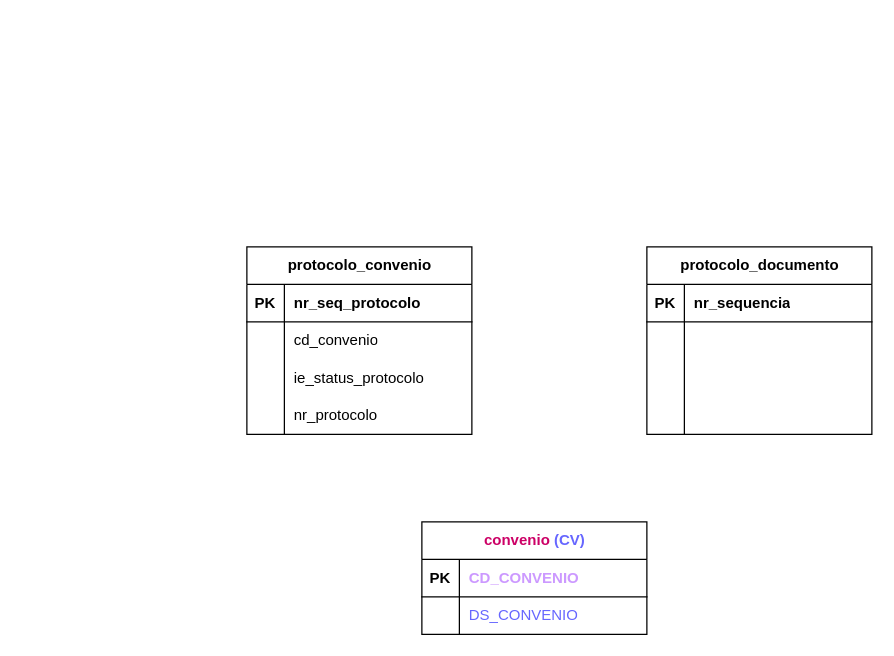
Before: Exercício15.drawio in PatriciaGavloski/diagramas.sql, a draw.io diagram. Source tidied: cells renumbered, new cells numbered last; positions are measured from the earlier drawing's top-left corner, leaving out a move shared by most shapes. Both pictures are drawn from the tidied source at 125%, with x=0, y=0 at pixel (246, 246).
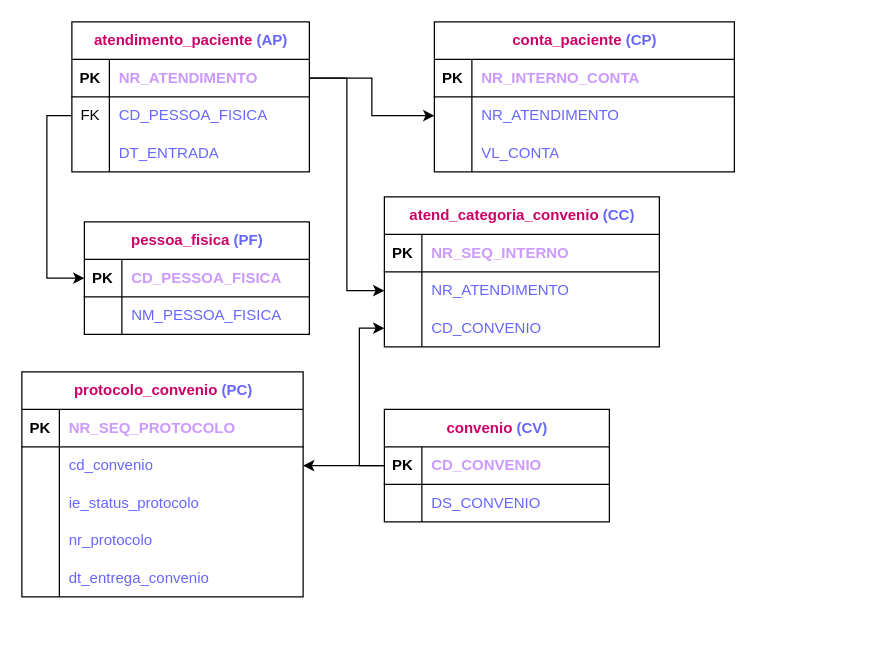
Above is the later version.

Unchanged cells that the change refers to:
```xml
<mxCell id="29" style="shape=tableRow;horizontal=0;startSize=0;swimlaneHead=0;swimlaneBody=0;fillColor=none;points=[[0,0.5],[1,0.5]];portConstraint=eastwest;top=0;left=0;right=0;bottom=1;" parent="28" vertex="1">
  <mxGeometry y="30" width="180" height="30" as="geometry" />
</mxCell>
```

The edit, as a diff of the source:
```diff
@@
-    <mxCell id="2" value="protocolo_convenio" style="shape=table;startSize=30;childLayout=tableLayout;rowLines=0;fontStyle=1;align=center;html=1;" parent="1" vertex="1">
-      <mxGeometry width="180" height="150" as="geometry" />
+    <mxCell id="2" value="&lt;font color=&quot;#cc0066&quot;&gt;protocolo_convenio &lt;/font&gt;&lt;font color=&quot;#6666ff&quot;&gt;(PC)&lt;/font&gt;" style="shape=table;startSize=30;childLayout=tableLayout;rowLines=0;fontStyle=1;align=center;html=1;" parent="1" vertex="1">
+      <mxGeometry x="-180" y="100" width="225" height="180" as="geometry" />
     </mxCell>
     <mxCell id="3" style="shape=tableRow;horizontal=0;startSize=0;swimlaneHead=0;swimlaneBody=0;fillColor=none;top=0;left=0;right=0;bottom=1;" parent="2" vertex="1">
-      <mxGeometry y="30" width="180" height="30" as="geometry" />
+      <mxGeometry y="30" width="225" height="30" as="geometry" />
     </mxCell>
@@
-    <mxCell id="5" value="nr_seq_protocolo" style="shape=partialRectangle;fillColor=none;top=0;left=0;bottom=0;right=0;align=left;spacingLeft=6;fontStyle=1;overflow=hidden;whiteSpace=wrap;html=1;" parent="3" vertex="1">
-      <mxGeometry x="30" width="150" height="30" as="geometry" />
+    <mxCell id="5" value="&lt;font color=&quot;#cc99ff&quot;&gt;NR_SEQ_PROTOCOLO&lt;/font&gt;" style="shape=partialRectangle;fillColor=none;top=0;left=0;bottom=0;right=0;align=left;spacingLeft=6;fontStyle=1;overflow=hidden;whiteSpace=wrap;html=1;" parent="3" vertex="1">
+      <mxGeometry x="30" width="195" height="30" as="geometry" />
     </mxCell>
     <mxCell id="6" style="shape=tableRow;horizontal=0;startSize=0;swimlaneHead=0;swimlaneBody=0;fillColor=none;points=[[0,0.5],[1,0.5]];portConstraint=eastwest;top=0;left=0;right=0;bottom=0;" parent="2" vertex="1">
-      <mxGeometry y="60" width="180" height="30" as="geometry" />
+      <mxGeometry y="60" width="225" height="30" as="geometry" />
     </mxCell>
@@
-    <mxCell id="8" value="cd_convenio" style="shape=partialRectangle;fillColor=none;top=0;left=0;bottom=0;right=0;align=left;spacingLeft=6;overflow=hidden;whiteSpace=wrap;html=1;" parent="6" vertex="1">
-      <mxGeometry x="30" width="150" height="30" as="geometry" />
+    <mxCell id="8" value="&lt;font color=&quot;#6666ff&quot;&gt;cd_convenio&lt;/font&gt;" style="shape=partialRectangle;fillColor=none;top=0;left=0;bottom=0;right=0;align=left;spacingLeft=6;overflow=hidden;whiteSpace=wrap;html=1;" parent="6" vertex="1">
+      <mxGeometry x="30" width="195" height="30" as="geometry" />
     </mxCell>
     <mxCell id="9" style="shape=tableRow;horizontal=0;startSize=0;swimlaneHead=0;swimlaneBody=0;fillColor=none;top=0;left=0;right=0;bottom=0;" parent="2" vertex="1">
-      <mxGeometry y="90" width="180" height="30" as="geometry" />
+      <mxGeometry y="90" width="225" height="30" as="geometry" />
     </mxCell>
@@
-    <mxCell id="11" value="ie_status_protocolo" style="shape=partialRectangle;fillColor=none;top=0;left=0;bottom=0;right=0;align=left;spacingLeft=6;overflow=hidden;whiteSpace=wrap;html=1;" parent="9" vertex="1">
-      <mxGeometry x="30" width="150" height="30" as="geometry" />
+    <mxCell id="11" value="&lt;font color=&quot;#6666ff&quot;&gt;ie_status_protocolo&lt;/font&gt;" style="shape=partialRectangle;fillColor=none;top=0;left=0;bottom=0;right=0;align=left;spacingLeft=6;overflow=hidden;whiteSpace=wrap;html=1;" parent="9" vertex="1">
+      <mxGeometry x="30" width="195" height="30" as="geometry" />
     </mxCell>
     <mxCell id="12" style="shape=tableRow;horizontal=0;startSize=0;swimlaneHead=0;swimlaneBody=0;fillColor=none;top=0;left=0;right=0;bottom=0;" parent="2" vertex="1">
-      <mxGeometry y="120" width="180" height="30" as="geometry" />
+      <mxGeometry y="120" width="225" height="30" as="geometry" />
     </mxCell>
@@
-    <mxCell id="14" value="nr_protocolo" style="shape=partialRectangle;fillColor=none;top=0;left=0;bottom=0;right=0;align=left;spacingLeft=6;overflow=hidden;whiteSpace=wrap;html=1;" parent="12" vertex="1">
-      <mxGeometry x="30" width="150" height="30" as="geometry" />
+    <mxCell id="14" value="&lt;font color=&quot;#6666ff&quot;&gt;nr_protocolo&lt;/font&gt;" style="shape=partialRectangle;fillColor=none;top=0;left=0;bottom=0;right=0;align=left;spacingLeft=6;overflow=hidden;whiteSpace=wrap;html=1;" parent="12" vertex="1">
+      <mxGeometry x="30" width="195" height="30" as="geometry" />
     </mxCell>
-    <mxCell id="15" value="protocolo_documento" style="shape=table;startSize=30;childLayout=tableLayout;rowLines=0;fontStyle=1;align=center;html=1;" parent="1" vertex="1">
-      <mxGeometry x="320" width="180" height="150" as="geometry" />
-    </mxCell>
-    <mxCell id="16" style="shape=tableRow;horizontal=0;startSize=0;swimlaneHead=0;swimlaneBody=0;fillColor=none;points=[[0,0.5],[1,0.5]];portConstraint=eastwest;top=0;left=0;right=0;bottom=1;" parent="15" vertex="1">
-      <mxGeometry y="30" width="180" height="30" as="geometry" />
-    </mxCell>
-    <mxCell id="17" value="PK" style="shape=partialRectangle;fillColor=none;top=0;left=0;bottom=0;right=0;fontStyle=1;overflow=hidden;whiteSpace=wrap;html=1;" parent="16" vertex="1">
-      <mxGeometry width="30" height="30" as="geometry" />
-    </mxCell>
-    <mxCell id="18" value="nr_sequencia" style="shape=partialRectangle;fillColor=none;top=0;left=0;bottom=0;right=0;align=left;spacingLeft=6;fontStyle=1;overflow=hidden;whiteSpace=wrap;html=1;" parent="16" vertex="1">
-      <mxGeometry x="30" width="150" height="30" as="geometry" />
-    </mxCell>
-    <mxCell id="19" style="shape=tableRow;horizontal=0;startSize=0;swimlaneHead=0;swimlaneBody=0;fillColor=none;top=0;left=0;right=0;bottom=0;" parent="15" vertex="1">
-      <mxGeometry y="60" width="180" height="30" as="geometry" />
-    </mxCell>
-    <mxCell id="20" style="shape=partialRectangle;fillColor=none;top=0;left=0;bottom=0;right=0;overflow=hidden;whiteSpace=wrap;html=1;" parent="19" vertex="1">
-      <mxGeometry width="30" height="30" as="geometry" />
-    </mxCell>
-    <mxCell id="21" style="shape=partialRectangle;fillColor=none;top=0;left=0;bottom=0;right=0;align=left;spacingLeft=6;overflow=hidden;whiteSpace=wrap;html=1;" parent="19" vertex="1">
-      <mxGeometry x="30" width="150" height="30" as="geometry" />
-    </mxCell>
-    <mxCell id="22" style="shape=tableRow;horizontal=0;startSize=0;swimlaneHead=0;swimlaneBody=0;fillColor=none;top=0;left=0;right=0;bottom=0;" parent="15" vertex="1">
-      <mxGeometry y="90" width="180" height="30" as="geometry" />
-    </mxCell>
-    <mxCell id="23" style="shape=partialRectangle;fillColor=none;top=0;left=0;bottom=0;right=0;overflow=hidden;whiteSpace=wrap;html=1;" parent="22" vertex="1">
-      <mxGeometry width="30" height="30" as="geometry" />
-    </mxCell>
-    <mxCell id="24" style="shape=partialRectangle;fillColor=none;top=0;left=0;bottom=0;right=0;align=left;spacingLeft=6;overflow=hidden;whiteSpace=wrap;html=1;" parent="22" vertex="1">
-      <mxGeometry x="30" width="150" height="30" as="geometry" />
-    </mxCell>
-    <mxCell id="25" style="shape=tableRow;horizontal=0;startSize=0;swimlaneHead=0;swimlaneBody=0;fillColor=none;top=0;left=0;right=0;bottom=0;" parent="15" vertex="1">
-      <mxGeometry y="120" width="180" height="30" as="geometry" />
-    </mxCell>
-    <mxCell id="26" style="shape=partialRectangle;fillColor=none;top=0;left=0;bottom=0;right=0;overflow=hidden;whiteSpace=wrap;html=1;" parent="25" vertex="1">
-      <mxGeometry width="30" height="30" as="geometry" />
-    </mxCell>
-    <mxCell id="27" style="shape=partialRectangle;fillColor=none;top=0;left=0;bottom=0;right=0;align=left;spacingLeft=6;overflow=hidden;whiteSpace=wrap;html=1;" parent="25" vertex="1">
-      <mxGeometry x="30" width="150" height="30" as="geometry" />
-    </mxCell>
+    <mxCell id="35" style="shape=tableRow;horizontal=0;startSize=0;swimlaneHead=0;swimlaneBody=0;fillColor=none;top=0;left=0;right=0;bottom=0;" parent="2" vertex="1">
+      <mxGeometry y="150" width="225" height="30" as="geometry" />
+    </mxCell>
+    <mxCell id="36" style="shape=partialRectangle;fillColor=none;top=0;left=0;bottom=0;right=0;overflow=hidden;whiteSpace=wrap;html=1;" parent="35" vertex="1">
+      <mxGeometry width="30" height="30" as="geometry" />
+    </mxCell>
+    <mxCell id="37" value="&lt;font color=&quot;#6666ff&quot;&gt;dt_entrega_convenio&lt;/font&gt;" style="shape=partialRectangle;fillColor=none;top=0;left=0;bottom=0;right=0;align=left;spacingLeft=6;overflow=hidden;whiteSpace=wrap;html=1;" parent="35" vertex="1">
+      <mxGeometry x="30" width="195" height="30" as="geometry" />
+    </mxCell>
     <mxCell id="28" value="&lt;font color=&quot;#cc0066&quot;&gt;convenio &lt;/font&gt;&lt;font color=&quot;#6666ff&quot;&gt;(CV)&lt;/font&gt;" style="shape=table;startSize=30;childLayout=tableLayout;rowLines=0;fontStyle=1;align=center;html=1;" parent="1" vertex="1">
-      <mxGeometry x="140" y="220" width="180" height="90" as="geometry" />
+      <mxGeometry x="110" y="130" width="180" height="90" as="geometry" />
     </mxCell>
@@
+    <mxCell id="38" value="&lt;font color=&quot;#cc0066&quot;&gt;conta_paciente&lt;/font&gt;&lt;font color=&quot;#000099&quot;&gt; &lt;/font&gt;&lt;font color=&quot;#6666ff&quot;&gt;(CP)&lt;/font&gt;" style="shape=table;startSize=30;childLayout=tableLayout;rowLines=0;fontStyle=1;align=center;html=1;" parent="1" vertex="1">
+      <mxGeometry x="150" y="-180" width="240" height="120" as="geometry" />
+    </mxCell>
+    <mxCell id="39" style="shape=tableRow;horizontal=0;startSize=0;swimlaneHead=0;swimlaneBody=0;fillColor=none;top=0;left=0;right=0;bottom=1;" parent="38" vertex="1">
+      <mxGeometry y="30" width="240" height="30" as="geometry" />
+    </mxCell>
+    <mxCell id="40" value="PK" style="shape=partialRectangle;fillColor=none;top=0;left=0;bottom=0;right=0;fontStyle=1;overflow=hidden;whiteSpace=wrap;html=1;" parent="39" vertex="1">
+      <mxGeometry width="30" height="30" as="geometry" />
+    </mxCell>
+    <mxCell id="41" value="&lt;font color=&quot;#cc99ff&quot;&gt;NR_INTERNO_CONTA&lt;/font&gt;" style="shape=partialRectangle;fillColor=none;top=0;left=0;bottom=0;right=0;align=left;spacingLeft=6;fontStyle=1;overflow=hidden;whiteSpace=wrap;html=1;" parent="39" vertex="1">
+      <mxGeometry x="30" width="210" height="30" as="geometry" />
+    </mxCell>
+    <mxCell id="42" style="shape=tableRow;horizontal=0;startSize=0;swimlaneHead=0;swimlaneBody=0;fillColor=none;points=[[0,0.5],[1,0.5]];portConstraint=eastwest;top=0;left=0;right=0;bottom=0;" parent="38" vertex="1">
+      <mxGeometry y="60" width="240" height="30" as="geometry" />
+    </mxCell>
+    <mxCell id="43" style="shape=partialRectangle;fillColor=none;top=0;left=0;bottom=0;right=0;overflow=hidden;whiteSpace=wrap;html=1;" parent="42" vertex="1">
+      <mxGeometry width="30" height="30" as="geometry" />
+    </mxCell>
+    <mxCell id="44" value="&lt;font color=&quot;#6666ff&quot;&gt;NR_ATENDIMENTO&lt;/font&gt;" style="shape=partialRectangle;fillColor=none;top=0;left=0;bottom=0;right=0;align=left;spacingLeft=6;overflow=hidden;whiteSpace=wrap;html=1;" parent="42" vertex="1">
+      <mxGeometry x="30" width="210" height="30" as="geometry" />
+    </mxCell>
+    <mxCell id="45" style="shape=tableRow;horizontal=0;startSize=0;swimlaneHead=0;swimlaneBody=0;fillColor=none;top=0;left=0;right=0;bottom=0;" parent="38" vertex="1">
+      <mxGeometry y="90" width="240" height="30" as="geometry" />
+    </mxCell>
+    <mxCell id="46" style="shape=partialRectangle;fillColor=none;top=0;left=0;bottom=0;right=0;overflow=hidden;whiteSpace=wrap;html=1;" parent="45" vertex="1">
+      <mxGeometry width="30" height="30" as="geometry" />
+    </mxCell>
+    <mxCell id="47" value="&lt;font color=&quot;#6666ff&quot;&gt;VL_CONTA&lt;/font&gt;" style="shape=partialRectangle;fillColor=none;top=0;left=0;bottom=0;right=0;align=left;spacingLeft=6;overflow=hidden;whiteSpace=wrap;html=1;" parent="45" vertex="1">
+      <mxGeometry x="30" width="210" height="30" as="geometry" />
+    </mxCell>
+    <mxCell id="48" value="&lt;font color=&quot;#cc0066&quot;&gt;atend_categoria_convenio &lt;/font&gt;&lt;font color=&quot;#6666ff&quot;&gt;(CC)&lt;/font&gt;" style="shape=table;startSize=30;childLayout=tableLayout;rowLines=0;fontStyle=1;align=center;html=1;" parent="1" vertex="1">
+      <mxGeometry x="110" y="-40" width="220" height="120" as="geometry" />
+    </mxCell>
+    <mxCell id="49" style="shape=tableRow;horizontal=0;startSize=0;swimlaneHead=0;swimlaneBody=0;fillColor=none;top=0;left=0;right=0;bottom=1;" parent="48" vertex="1">
+      <mxGeometry y="30" width="220" height="30" as="geometry" />
+    </mxCell>
+    <mxCell id="50" value="PK" style="shape=partialRectangle;fillColor=none;top=0;left=0;bottom=0;right=0;fontStyle=1;overflow=hidden;whiteSpace=wrap;html=1;" parent="49" vertex="1">
+      <mxGeometry width="30" height="30" as="geometry" />
+    </mxCell>
+    <mxCell id="51" value="&lt;font color=&quot;#cc99ff&quot;&gt;NR_SEQ_INTERNO&lt;/font&gt;" style="shape=partialRectangle;fillColor=none;top=0;left=0;bottom=0;right=0;align=left;spacingLeft=6;fontStyle=1;overflow=hidden;whiteSpace=wrap;html=1;" parent="49" vertex="1">
+      <mxGeometry x="30" width="190" height="30" as="geometry" />
+    </mxCell>
+    <mxCell id="52" style="shape=tableRow;horizontal=0;startSize=0;swimlaneHead=0;swimlaneBody=0;fillColor=none;points=[[0,0.5],[1,0.5]];portConstraint=eastwest;top=0;left=0;right=0;bottom=0;" parent="48" vertex="1">
+      <mxGeometry y="60" width="220" height="30" as="geometry" />
+    </mxCell>
+    <mxCell id="53" style="shape=partialRectangle;fillColor=none;top=0;left=0;bottom=0;right=0;overflow=hidden;whiteSpace=wrap;html=1;" parent="52" vertex="1">
+      <mxGeometry width="30" height="30" as="geometry" />
+    </mxCell>
+    <mxCell id="54" value="&lt;font color=&quot;#6666ff&quot;&gt;NR_ATENDIMENTO&lt;/font&gt;" style="shape=partialRectangle;fillColor=none;top=0;left=0;bottom=0;right=0;align=left;spacingLeft=6;overflow=hidden;whiteSpace=wrap;html=1;" parent="52" vertex="1">
+      <mxGeometry x="30" width="190" height="30" as="geometry" />
+    </mxCell>
+    <mxCell id="55" style="shape=tableRow;horizontal=0;startSize=0;swimlaneHead=0;swimlaneBody=0;fillColor=none;points=[[0,0.5],[1,0.5]];portConstraint=eastwest;top=0;left=0;right=0;bottom=0;" parent="48" vertex="1">
+      <mxGeometry y="90" width="220" height="30" as="geometry" />
+    </mxCell>
+    <mxCell id="56" style="shape=partialRectangle;fillColor=none;top=0;left=0;bottom=0;right=0;overflow=hidden;whiteSpace=wrap;html=1;" parent="55" vertex="1">
+      <mxGeometry width="30" height="30" as="geometry" />
+    </mxCell>
+    <mxCell id="57" value="&lt;font color=&quot;#6666ff&quot;&gt;CD_CONVENIO&lt;/font&gt;" style="shape=partialRectangle;fillColor=none;top=0;left=0;bottom=0;right=0;align=left;spacingLeft=6;overflow=hidden;whiteSpace=wrap;html=1;" parent="55" vertex="1">
+      <mxGeometry x="30" width="190" height="30" as="geometry" />
+    </mxCell>
+    <mxCell id="58" value="&lt;font color=&quot;#cc0066&quot;&gt;atendimento_paciente &lt;/font&gt;&lt;font color=&quot;#6666ff&quot;&gt;(AP)&lt;/font&gt;" style="shape=table;startSize=30;childLayout=tableLayout;rowLines=0;fontStyle=1;align=center;html=1;" parent="1" vertex="1">
+      <mxGeometry x="-140" y="-180" width="190" height="120" as="geometry" />
+    </mxCell>
+    <mxCell id="59" style="shape=tableRow;horizontal=0;startSize=0;swimlaneHead=0;swimlaneBody=0;fillColor=none;points=[[0,0.5],[1,0.5]];portConstraint=eastwest;top=0;left=0;right=0;bottom=1;" parent="58" vertex="1">
+      <mxGeometry y="30" width="190" height="30" as="geometry" />
+    </mxCell>
+    <mxCell id="60" value="PK" style="shape=partialRectangle;fillColor=none;top=0;left=0;bottom=0;right=0;fontStyle=1;overflow=hidden;whiteSpace=wrap;html=1;" parent="59" vertex="1">
+      <mxGeometry width="30" height="30" as="geometry" />
+    </mxCell>
+    <mxCell id="61" value="&lt;font color=&quot;#cc99ff&quot;&gt;NR_ATENDIMENTO&lt;/font&gt;" style="shape=partialRectangle;fillColor=none;top=0;left=0;bottom=0;right=0;align=left;spacingLeft=6;fontStyle=1;overflow=hidden;whiteSpace=wrap;html=1;" parent="59" vertex="1">
+      <mxGeometry x="30" width="160" height="30" as="geometry" />
+    </mxCell>
+    <mxCell id="62" style="shape=tableRow;horizontal=0;startSize=0;swimlaneHead=0;swimlaneBody=0;fillColor=none;points=[[0,0.5],[1,0.5]];portConstraint=eastwest;top=0;left=0;right=0;bottom=0;" parent="58" vertex="1">
+      <mxGeometry y="60" width="190" height="30" as="geometry" />
+    </mxCell>
+    <mxCell id="63" value="FK" style="shape=partialRectangle;fillColor=none;top=0;left=0;bottom=0;right=0;overflow=hidden;whiteSpace=wrap;html=1;" parent="62" vertex="1">
+      <mxGeometry width="30" height="30" as="geometry" />
+    </mxCell>
+    <mxCell id="64" value="&lt;font color=&quot;#6666ff&quot;&gt;CD_PESSOA_FISICA&lt;/font&gt;" style="shape=partialRectangle;fillColor=none;top=0;left=0;bottom=0;right=0;align=left;spacingLeft=6;overflow=hidden;whiteSpace=wrap;html=1;" parent="62" vertex="1">
+      <mxGeometry x="30" width="160" height="30" as="geometry" />
+    </mxCell>
+    <mxCell id="65" style="shape=tableRow;horizontal=0;startSize=0;swimlaneHead=0;swimlaneBody=0;fillColor=none;top=0;left=0;right=0;bottom=0;" parent="58" vertex="1">
+      <mxGeometry y="90" width="190" height="30" as="geometry" />
+    </mxCell>
+    <mxCell id="66" style="shape=partialRectangle;fillColor=none;top=0;left=0;bottom=0;right=0;overflow=hidden;whiteSpace=wrap;html=1;" parent="65" vertex="1">
+      <mxGeometry width="30" height="30" as="geometry" />
+    </mxCell>
+    <mxCell id="67" value="&lt;font color=&quot;#6666ff&quot;&gt;DT_ENTRADA&lt;/font&gt;" style="shape=partialRectangle;fillColor=none;top=0;left=0;bottom=0;right=0;align=left;spacingLeft=6;overflow=hidden;whiteSpace=wrap;html=1;" parent="65" vertex="1">
+      <mxGeometry x="30" width="160" height="30" as="geometry" />
+    </mxCell>
+    <mxCell id="68" value="&lt;font color=&quot;#cc0066&quot;&gt;pessoa_fisica &lt;/font&gt;&lt;font color=&quot;#6666ff&quot;&gt;(PF)&lt;/font&gt;" style="shape=table;startSize=30;childLayout=tableLayout;rowLines=0;fontStyle=1;align=center;html=1;" parent="1" vertex="1">
+      <mxGeometry x="-130" y="-20" width="180" height="90" as="geometry" />
+    </mxCell>
+    <mxCell id="16" style="shape=tableRow;horizontal=0;startSize=0;swimlaneHead=0;swimlaneBody=0;fillColor=none;points=[[0,0.5],[1,0.5]];portConstraint=eastwest;top=0;left=0;right=0;bottom=1;" parent="68" vertex="1">
+      <mxGeometry y="30" width="180" height="30" as="geometry" />
+    </mxCell>
+    <mxCell id="69" value="PK" style="shape=partialRectangle;fillColor=none;top=0;left=0;bottom=0;right=0;fontStyle=1;overflow=hidden;whiteSpace=wrap;html=1;" parent="16" vertex="1">
+      <mxGeometry width="30" height="30" as="geometry" />
+    </mxCell>
+    <mxCell id="70" value="&lt;font color=&quot;#cc99ff&quot;&gt;CD_PESSOA_FISICA&lt;/font&gt;" style="shape=partialRectangle;fillColor=none;top=0;left=0;bottom=0;right=0;align=left;spacingLeft=6;fontStyle=1;overflow=hidden;whiteSpace=wrap;html=1;" parent="16" vertex="1">
+      <mxGeometry x="30" width="150" height="30" as="geometry" />
+    </mxCell>
+    <mxCell id="19" style="shape=tableRow;horizontal=0;startSize=0;swimlaneHead=0;swimlaneBody=0;fillColor=none;top=0;left=0;right=0;bottom=0;" parent="68" vertex="1">
+      <mxGeometry y="60" width="180" height="30" as="geometry" />
+    </mxCell>
+    <mxCell id="71" style="shape=partialRectangle;fillColor=none;top=0;left=0;bottom=0;right=0;overflow=hidden;whiteSpace=wrap;html=1;" parent="19" vertex="1">
+      <mxGeometry width="30" height="30" as="geometry" />
+    </mxCell>
+    <mxCell id="72" value="&lt;font color=&quot;#6666ff&quot;&gt;NM_PESSOA_FISICA&lt;/font&gt;" style="shape=partialRectangle;fillColor=none;top=0;left=0;bottom=0;right=0;align=left;spacingLeft=6;overflow=hidden;whiteSpace=wrap;html=1;" parent="19" vertex="1">
+      <mxGeometry x="30" width="150" height="30" as="geometry" />
+    </mxCell>
+    <mxCell id="73" style="edgeStyle=orthogonalEdgeStyle;rounded=0;jettySize=auto;html=1;exitX=1;exitY=0.5;exitDx=0;exitDy=0;entryX=0;entryY=0.5;entryDx=0;entryDy=0;" parent="1" edge="1" source="59" target="42">
+      <mxGeometry relative="1" as="geometry" />
+    </mxCell>
+    <mxCell id="74" style="edgeStyle=orthogonalEdgeStyle;rounded=0;jettySize=auto;html=1;exitX=0;exitY=0.5;exitDx=0;exitDy=0;entryX=0;entryY=0.5;entryDx=0;entryDy=0;" parent="1" edge="1" source="62" target="16">
+      <mxGeometry relative="1" as="geometry" />
+    </mxCell>
+    <mxCell id="75" style="edgeStyle=orthogonalEdgeStyle;rounded=0;jettySize=auto;html=1;exitX=1;exitY=0.5;exitDx=0;exitDy=0;" parent="1" edge="1" source="59" target="52">
+      <mxGeometry relative="1" as="geometry" />
+    </mxCell>
+    <mxCell id="76" style="edgeStyle=orthogonalEdgeStyle;rounded=0;jettySize=auto;html=1;exitX=0;exitY=0.5;exitDx=0;exitDy=0;entryX=1;entryY=0.5;entryDx=0;entryDy=0;" parent="1" edge="1" source="29" target="6">
+      <mxGeometry relative="1" as="geometry" />
+    </mxCell>
+    <mxCell id="77" style="edgeStyle=orthogonalEdgeStyle;rounded=0;jettySize=auto;html=1;exitX=0;exitY=0.5;exitDx=0;exitDy=0;" parent="1" edge="1" source="29" target="55">
+      <mxGeometry relative="1" as="geometry" />
+    </mxCell>
```
